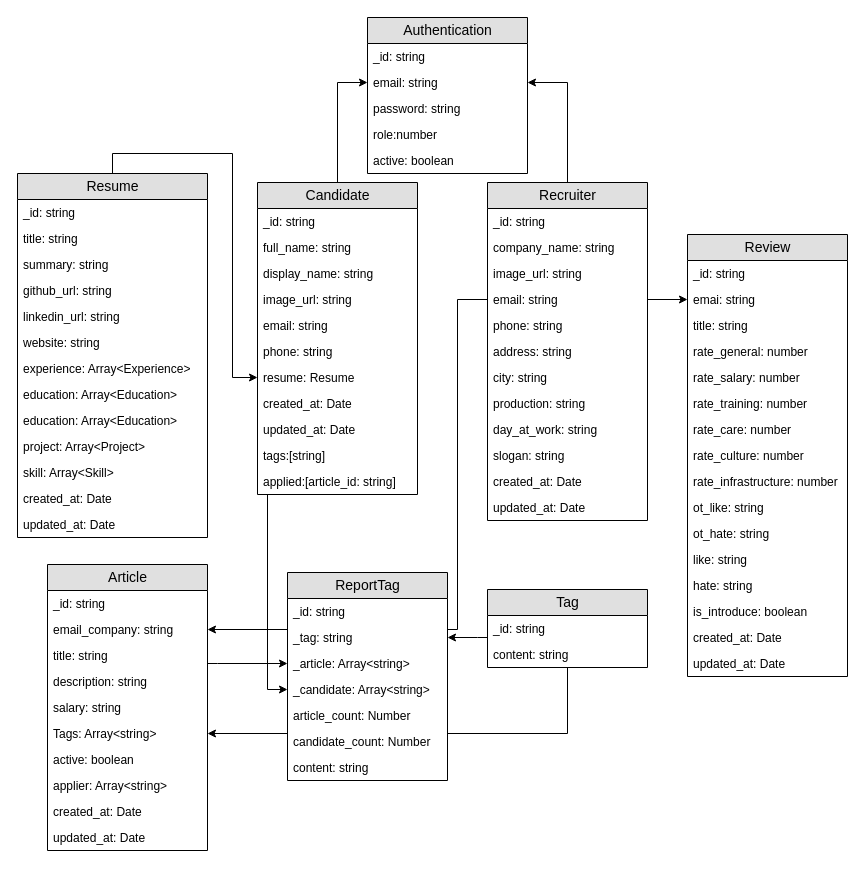
Above: page "ERD Diagram" (2 of 6) of Use case Diagram.drawio in vietdqhcmute/DATN (draw.io), before the change. Source tidied: cells renumbered, new cells numbered last; positions are measured from the earlier drawing's top-left corner, leaving out a move shared by most shapes. Both pictures are drawn from the tidied source at 100%, with x=0, y=0 at pixel (17, 17).
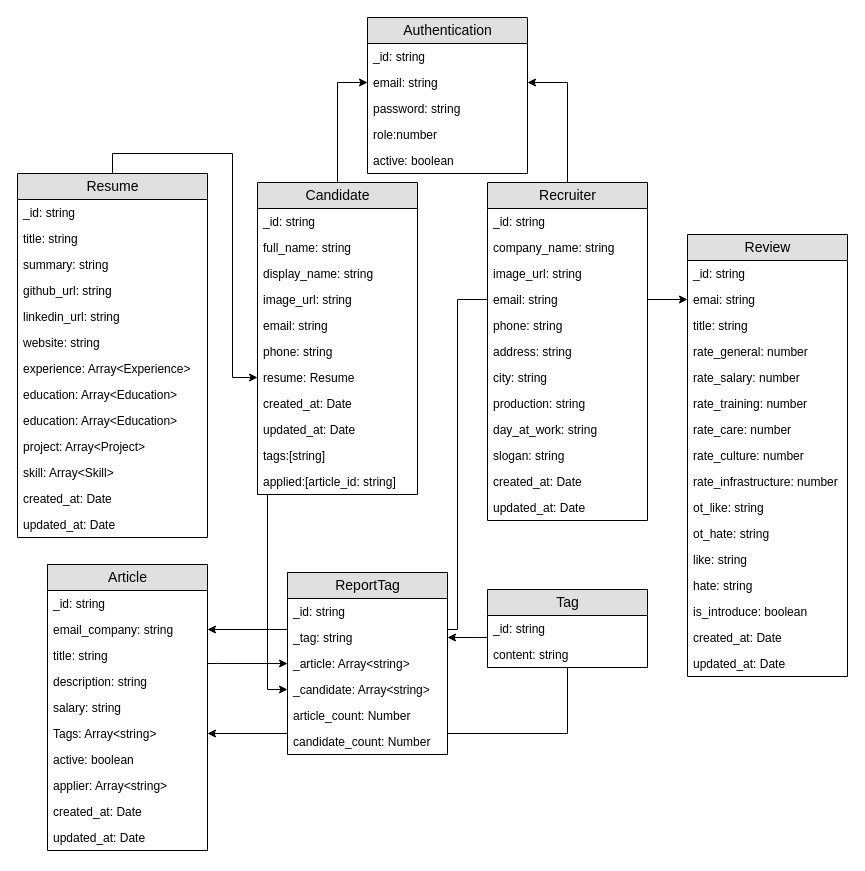
The same page after the edit.

Diff of the diagram source:
```diff
@@
     <mxCell id="87" value="ReportTag" style="swimlane;fontStyle=0;horizontal=1;startSize=26;fillColor=#e0e0e0;swimlaneFillColor=#ffffff;align=center;fontSize=14;html=1;" parent="1" vertex="1">
-      <mxGeometry x="270" y="555" width="160" height="208" as="geometry" />
+      <mxGeometry x="270" y="555" width="160" height="182" as="geometry" />
     </mxCell>
@@
-    <mxCell id="94" value="content: string" style="text;strokeColor=none;fillColor=none;spacingLeft=4;spacingRight=4;overflow=hidden;fontSize=12;" parent="87" vertex="1">
-      <mxGeometry y="182" width="160" height="26" as="geometry" />
-    </mxCell>
```
